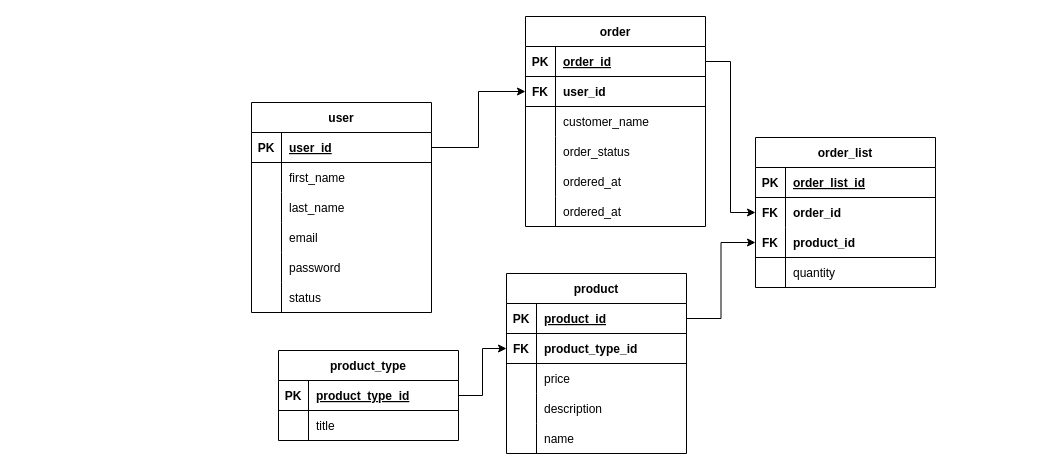
This is diagram.drawio from Markdiocre/pos, a draw.io file, before an edit. Source tidied: cells renumbered, new cells numbered last; positions are measured from the earlier drawing's top-left corner, leaving out a move shared by most shapes. Both pictures are drawn from the tidied source at 100%, with x=0, y=0 at pixel (251, 16).
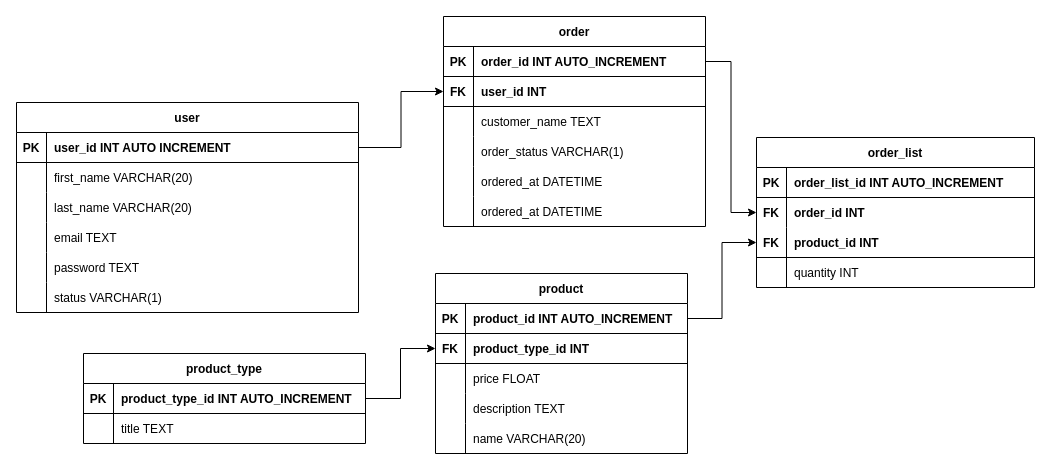
The same diagram, later.

What changed in the source:
```diff
@@
     <mxCell id="2" value="user" style="shape=table;startSize=30;childLayout=tableLayout;rowLines=0;fontStyle=1;align=center;" parent="1" vertex="1">
-      <mxGeometry y="86" width="180" height="210" as="geometry" />
+      <mxGeometry x="-235" y="86" width="342" height="210" as="geometry" />
     </mxCell>
     <mxCell id="3" style="shape=tableRow;horizontal=0;startSize=0;swimlaneHead=0;swimlaneBody=0;fillColor=none;points=[[0,0.5],[1,0.5]];portConstraint=eastwest;top=0;left=0;right=0;bottom=1;" parent="2" vertex="1">
-      <mxGeometry y="30" width="180" height="30" as="geometry" />
+      <mxGeometry y="30" width="342" height="30" as="geometry" />
     </mxCell>
@@
-    <mxCell id="5" value="user_id" style="shape=partialRectangle;fillColor=none;top=0;left=0;bottom=0;right=0;align=left;spacingLeft=6;fontStyle=5;overflow=hidden;" parent="3" vertex="1">
-      <mxGeometry x="30" width="150" height="30" as="geometry" />
+    <mxCell id="5" value="user_id INT AUTO INCREMENT " style="shape=partialRectangle;fillColor=none;top=0;left=0;bottom=0;right=0;align=left;spacingLeft=6;fontStyle=1;overflow=hidden;" parent="3" vertex="1">
+      <mxGeometry x="30" width="312" height="30" as="geometry" />
     </mxCell>
     <mxCell id="6" style="shape=tableRow;horizontal=0;startSize=0;swimlaneHead=0;swimlaneBody=0;fillColor=none;top=0;left=0;right=0;bottom=0;" parent="2" vertex="1">
-      <mxGeometry y="60" width="180" height="30" as="geometry" />
+      <mxGeometry y="60" width="342" height="30" as="geometry" />
     </mxCell>
@@
-    <mxCell id="8" value="first_name" style="shape=partialRectangle;fillColor=none;top=0;left=0;bottom=0;right=0;align=left;spacingLeft=6;overflow=hidden;" parent="6" vertex="1">
-      <mxGeometry x="30" width="150" height="30" as="geometry" />
+    <mxCell id="8" value="first_name VARCHAR(20)" style="shape=partialRectangle;fillColor=none;top=0;left=0;bottom=0;right=0;align=left;spacingLeft=6;overflow=hidden;" parent="6" vertex="1">
+      <mxGeometry x="30" width="312" height="30" as="geometry" />
     </mxCell>
     <mxCell id="9" style="shape=tableRow;horizontal=0;startSize=0;swimlaneHead=0;swimlaneBody=0;fillColor=none;top=0;left=0;right=0;bottom=0;" parent="2" vertex="1">
-      <mxGeometry y="90" width="180" height="30" as="geometry" />
+      <mxGeometry y="90" width="342" height="30" as="geometry" />
     </mxCell>
@@
-    <mxCell id="11" value="last_name" style="shape=partialRectangle;fillColor=none;top=0;left=0;bottom=0;right=0;align=left;spacingLeft=6;overflow=hidden;" parent="9" vertex="1">
-      <mxGeometry x="30" width="150" height="30" as="geometry" />
+    <mxCell id="11" value="last_name VARCHAR(20)" style="shape=partialRectangle;fillColor=none;top=0;left=0;bottom=0;right=0;align=left;spacingLeft=6;overflow=hidden;" parent="9" vertex="1">
+      <mxGeometry x="30" width="312" height="30" as="geometry" />
     </mxCell>
     <mxCell id="12" style="shape=tableRow;horizontal=0;startSize=0;swimlaneHead=0;swimlaneBody=0;fillColor=none;top=0;left=0;right=0;bottom=0;" parent="2" vertex="1">
-      <mxGeometry y="120" width="180" height="30" as="geometry" />
+      <mxGeometry y="120" width="342" height="30" as="geometry" />
     </mxCell>
@@
-    <mxCell id="14" value="email" style="shape=partialRectangle;fillColor=none;top=0;left=0;bottom=0;right=0;align=left;spacingLeft=6;overflow=hidden;" parent="12" vertex="1">
-      <mxGeometry x="30" width="150" height="30" as="geometry" />
+    <mxCell id="14" value="email TEXT" style="shape=partialRectangle;fillColor=none;top=0;left=0;bottom=0;right=0;align=left;spacingLeft=6;overflow=hidden;" parent="12" vertex="1">
+      <mxGeometry x="30" width="312" height="30" as="geometry" />
     </mxCell>
     <mxCell id="15" style="shape=tableRow;horizontal=0;startSize=0;swimlaneHead=0;swimlaneBody=0;fillColor=none;top=0;left=0;right=0;bottom=0;" parent="2" vertex="1">
-      <mxGeometry y="150" width="180" height="30" as="geometry" />
+      <mxGeometry y="150" width="342" height="30" as="geometry" />
     </mxCell>
@@
-    <mxCell id="17" value="password" style="shape=partialRectangle;fillColor=none;top=0;left=0;bottom=0;right=0;align=left;spacingLeft=6;overflow=hidden;" parent="15" vertex="1">
-      <mxGeometry x="30" width="150" height="30" as="geometry" />
+    <mxCell id="17" value="password TEXT" style="shape=partialRectangle;fillColor=none;top=0;left=0;bottom=0;right=0;align=left;spacingLeft=6;overflow=hidden;" parent="15" vertex="1">
+      <mxGeometry x="30" width="312" height="30" as="geometry" />
     </mxCell>
     <mxCell id="18" style="shape=tableRow;horizontal=0;startSize=0;swimlaneHead=0;swimlaneBody=0;fillColor=none;top=0;left=0;right=0;bottom=0;" parent="2" vertex="1">
-      <mxGeometry y="180" width="180" height="30" as="geometry" />
+      <mxGeometry y="180" width="342" height="30" as="geometry" />
     </mxCell>
@@
-    <mxCell id="20" value="status" style="shape=partialRectangle;fillColor=none;top=0;left=0;bottom=0;right=0;align=left;spacingLeft=6;overflow=hidden;" parent="18" vertex="1">
-      <mxGeometry x="30" width="150" height="30" as="geometry" />
+    <mxCell id="20" value="status VARCHAR(1)" style="shape=partialRectangle;fillColor=none;top=0;left=0;bottom=0;right=0;align=left;spacingLeft=6;overflow=hidden;" parent="18" vertex="1">
+      <mxGeometry x="30" width="312" height="30" as="geometry" />
     </mxCell>
     <mxCell id="21" value="product" style="shape=table;startSize=30;childLayout=tableLayout;rowLines=0;fontStyle=1;align=center;" parent="1" vertex="1">
-      <mxGeometry x="255" y="257" width="180" height="180" as="geometry" />
+      <mxGeometry x="184" y="257" width="252" height="180" as="geometry" />
     </mxCell>
     <mxCell id="22" style="shape=tableRow;horizontal=0;startSize=0;swimlaneHead=0;swimlaneBody=0;fillColor=none;points=[[0,0.5],[1,0.5]];portConstraint=eastwest;top=0;left=0;right=0;bottom=1;" parent="21" vertex="1">
-      <mxGeometry y="30" width="180" height="30" as="geometry" />
+      <mxGeometry y="30" width="252" height="30" as="geometry" />
     </mxCell>
@@
-    <mxCell id="24" value="product_id" style="shape=partialRectangle;fillColor=none;top=0;left=0;bottom=0;right=0;align=left;spacingLeft=6;fontStyle=5;overflow=hidden;" parent="22" vertex="1">
-      <mxGeometry x="30" width="150" height="30" as="geometry" />
+    <mxCell id="24" value="product_id INT AUTO_INCREMENT" style="shape=partialRectangle;fillColor=none;top=0;left=0;bottom=0;right=0;align=left;spacingLeft=6;fontStyle=1;overflow=hidden;" parent="22" vertex="1">
+      <mxGeometry x="30" width="222" height="30" as="geometry" />
     </mxCell>
     <mxCell id="25" style="shape=tableRow;horizontal=0;startSize=0;swimlaneHead=0;swimlaneBody=0;fillColor=none;points=[[0,0.5],[1,0.5]];portConstraint=eastwest;top=0;left=0;right=0;bottom=1;" parent="21" vertex="1">
-      <mxGeometry y="60" width="180" height="30" as="geometry" />
+      <mxGeometry y="60" width="252" height="30" as="geometry" />
     </mxCell>
@@
-    <mxCell id="27" value="product_type_id" style="shape=partialRectangle;fillColor=none;top=0;left=0;bottom=0;right=0;align=left;spacingLeft=6;overflow=hidden;fontStyle=1;" parent="25" vertex="1">
-      <mxGeometry x="30" width="150" height="30" as="geometry" />
+    <mxCell id="27" value="product_type_id INT" style="shape=partialRectangle;fillColor=none;top=0;left=0;bottom=0;right=0;align=left;spacingLeft=6;overflow=hidden;fontStyle=1;" parent="25" vertex="1">
+      <mxGeometry x="30" width="222" height="30" as="geometry" />
     </mxCell>
     <mxCell id="28" style="shape=tableRow;horizontal=0;startSize=0;swimlaneHead=0;swimlaneBody=0;fillColor=none;top=0;left=0;right=0;bottom=0;" parent="21" vertex="1">
-      <mxGeometry y="90" width="180" height="30" as="geometry" />
+      <mxGeometry y="90" width="252" height="30" as="geometry" />
     </mxCell>
@@
-    <mxCell id="30" value="price" style="shape=partialRectangle;fillColor=none;top=0;left=0;bottom=0;right=0;align=left;spacingLeft=6;overflow=hidden;" parent="28" vertex="1">
-      <mxGeometry x="30" width="150" height="30" as="geometry" />
+    <mxCell id="30" value="price FLOAT" style="shape=partialRectangle;fillColor=none;top=0;left=0;bottom=0;right=0;align=left;spacingLeft=6;overflow=hidden;" parent="28" vertex="1">
+      <mxGeometry x="30" width="222" height="30" as="geometry" />
     </mxCell>
     <mxCell id="31" style="shape=tableRow;horizontal=0;startSize=0;swimlaneHead=0;swimlaneBody=0;fillColor=none;top=0;left=0;right=0;bottom=0;" parent="21" vertex="1">
-      <mxGeometry y="120" width="180" height="30" as="geometry" />
+      <mxGeometry y="120" width="252" height="30" as="geometry" />
     </mxCell>
@@
-    <mxCell id="33" value="description" style="shape=partialRectangle;fillColor=none;top=0;left=0;bottom=0;right=0;align=left;spacingLeft=6;overflow=hidden;" parent="31" vertex="1">
-      <mxGeometry x="30" width="150" height="30" as="geometry" />
+    <mxCell id="33" value="description TEXT" style="shape=partialRectangle;fillColor=none;top=0;left=0;bottom=0;right=0;align=left;spacingLeft=6;overflow=hidden;" parent="31" vertex="1">
+      <mxGeometry x="30" width="222" height="30" as="geometry" />
     </mxCell>
     <mxCell id="34" style="shape=tableRow;horizontal=0;startSize=0;swimlaneHead=0;swimlaneBody=0;fillColor=none;top=0;left=0;right=0;bottom=0;" parent="21" vertex="1">
-      <mxGeometry y="150" width="180" height="30" as="geometry" />
+      <mxGeometry y="150" width="252" height="30" as="geometry" />
     </mxCell>
@@
-    <mxCell id="36" value="name" style="shape=partialRectangle;fillColor=none;top=0;left=0;bottom=0;right=0;align=left;spacingLeft=6;overflow=hidden;" parent="34" vertex="1">
-      <mxGeometry x="30" width="150" height="30" as="geometry" />
+    <mxCell id="36" value="name VARCHAR(20)" style="shape=partialRectangle;fillColor=none;top=0;left=0;bottom=0;right=0;align=left;spacingLeft=6;overflow=hidden;" parent="34" vertex="1">
+      <mxGeometry x="30" width="222" height="30" as="geometry" />
     </mxCell>
     <mxCell id="37" value="order" style="shape=table;startSize=30;childLayout=tableLayout;rowLines=0;fontStyle=1;align=center;" parent="1" vertex="1">
-      <mxGeometry x="274" width="180" height="210" as="geometry" />
+      <mxGeometry x="192" width="262" height="210" as="geometry" />
     </mxCell>
     <mxCell id="38" style="shape=tableRow;horizontal=0;startSize=0;swimlaneHead=0;swimlaneBody=0;fillColor=none;points=[[0,0.5],[1,0.5]];portConstraint=eastwest;top=0;left=0;right=0;bottom=1;" parent="37" vertex="1">
-      <mxGeometry y="30" width="180" height="30" as="geometry" />
+      <mxGeometry y="30" width="262" height="30" as="geometry" />
     </mxCell>
@@
-    <mxCell id="40" value="order_id" style="shape=partialRectangle;fillColor=none;top=0;left=0;bottom=0;right=0;align=left;spacingLeft=6;fontStyle=5;overflow=hidden;" parent="38" vertex="1">
-      <mxGeometry x="30" width="150" height="30" as="geometry" />
+    <mxCell id="40" value="order_id INT AUTO_INCREMENT" style="shape=partialRectangle;fillColor=none;top=0;left=0;bottom=0;right=0;align=left;spacingLeft=6;fontStyle=1;overflow=hidden;" parent="38" vertex="1">
+      <mxGeometry x="30" width="232" height="30" as="geometry" />
     </mxCell>
     <mxCell id="41" style="shape=tableRow;horizontal=0;startSize=0;swimlaneHead=0;swimlaneBody=0;fillColor=none;points=[[0,0.5],[1,0.5]];portConstraint=eastwest;top=0;left=0;right=0;bottom=1;" parent="37" vertex="1">
-      <mxGeometry y="60" width="180" height="30" as="geometry" />
+      <mxGeometry y="60" width="262" height="30" as="geometry" />
     </mxCell>
@@
-    <mxCell id="43" value="user_id" style="shape=partialRectangle;fillColor=none;top=0;left=0;bottom=0;right=0;align=left;spacingLeft=6;overflow=hidden;fontStyle=1;" parent="41" vertex="1">
-      <mxGeometry x="30" width="150" height="30" as="geometry" />
+    <mxCell id="43" value="user_id INT" style="shape=partialRectangle;fillColor=none;top=0;left=0;bottom=0;right=0;align=left;spacingLeft=6;overflow=hidden;fontStyle=1;" parent="41" vertex="1">
+      <mxGeometry x="30" width="232" height="30" as="geometry" />
     </mxCell>
     <mxCell id="44" style="shape=tableRow;horizontal=0;startSize=0;swimlaneHead=0;swimlaneBody=0;fillColor=none;top=0;left=0;right=0;bottom=0;" parent="37" vertex="1">
-      <mxGeometry y="90" width="180" height="30" as="geometry" />
+      <mxGeometry y="90" width="262" height="30" as="geometry" />
     </mxCell>
@@
-    <mxCell id="46" value="customer_name" style="shape=partialRectangle;fillColor=none;top=0;left=0;bottom=0;right=0;align=left;spacingLeft=6;overflow=hidden;" parent="44" vertex="1">
-      <mxGeometry x="30" width="150" height="30" as="geometry" />
+    <mxCell id="46" value="customer_name TEXT" style="shape=partialRectangle;fillColor=none;top=0;left=0;bottom=0;right=0;align=left;spacingLeft=6;overflow=hidden;" parent="44" vertex="1">
+      <mxGeometry x="30" width="232" height="30" as="geometry" />
     </mxCell>
     <mxCell id="47" style="shape=tableRow;horizontal=0;startSize=0;swimlaneHead=0;swimlaneBody=0;fillColor=none;top=0;left=0;right=0;bottom=0;" parent="37" vertex="1">
-      <mxGeometry y="120" width="180" height="30" as="geometry" />
+      <mxGeometry y="120" width="262" height="30" as="geometry" />
     </mxCell>
@@
-    <mxCell id="49" value="order_status" style="shape=partialRectangle;fillColor=none;top=0;left=0;bottom=0;right=0;align=left;spacingLeft=6;overflow=hidden;" parent="47" vertex="1">
-      <mxGeometry x="30" width="150" height="30" as="geometry" />
+    <mxCell id="49" value="order_status VARCHAR(1)" style="shape=partialRectangle;fillColor=none;top=0;left=0;bottom=0;right=0;align=left;spacingLeft=6;overflow=hidden;" parent="47" vertex="1">
+      <mxGeometry x="30" width="232" height="30" as="geometry" />
     </mxCell>
     <mxCell id="50" style="shape=tableRow;horizontal=0;startSize=0;swimlaneHead=0;swimlaneBody=0;fillColor=none;top=0;left=0;right=0;bottom=0;" parent="37" vertex="1">
-      <mxGeometry y="150" width="180" height="30" as="geometry" />
+      <mxGeometry y="150" width="262" height="30" as="geometry" />
     </mxCell>
@@
-    <mxCell id="52" value="ordered_at" style="shape=partialRectangle;fillColor=none;top=0;left=0;bottom=0;right=0;align=left;spacingLeft=6;overflow=hidden;" parent="50" vertex="1">
-      <mxGeometry x="30" width="150" height="30" as="geometry" />
+    <mxCell id="52" value="ordered_at DATETIME" style="shape=partialRectangle;fillColor=none;top=0;left=0;bottom=0;right=0;align=left;spacingLeft=6;overflow=hidden;" parent="50" vertex="1">
+      <mxGeometry x="30" width="232" height="30" as="geometry" />
     </mxCell>
     <mxCell id="53" style="shape=tableRow;horizontal=0;startSize=0;swimlaneHead=0;swimlaneBody=0;fillColor=none;top=0;left=0;right=0;bottom=0;" parent="37" vertex="1">
-      <mxGeometry y="180" width="180" height="30" as="geometry" />
+      <mxGeometry y="180" width="262" height="30" as="geometry" />
     </mxCell>
@@
-    <mxCell id="55" value="ordered_at" style="shape=partialRectangle;fillColor=none;top=0;left=0;bottom=0;right=0;align=left;spacingLeft=6;overflow=hidden;" parent="53" vertex="1">
-      <mxGeometry x="30" width="150" height="30" as="geometry" />
+    <mxCell id="55" value="ordered_at DATETIME" style="shape=partialRectangle;fillColor=none;top=0;left=0;bottom=0;right=0;align=left;spacingLeft=6;overflow=hidden;" parent="53" vertex="1">
+      <mxGeometry x="30" width="232" height="30" as="geometry" />
     </mxCell>
     <mxCell id="56" value="order_list" style="shape=table;startSize=30;childLayout=tableLayout;rowLines=0;fontStyle=1;align=center;" parent="1" vertex="1">
-      <mxGeometry x="504" y="121" width="180" height="150" as="geometry" />
+      <mxGeometry x="505" y="121" width="278" height="150" as="geometry" />
     </mxCell>
     <mxCell id="57" style="shape=tableRow;horizontal=0;startSize=0;swimlaneHead=0;swimlaneBody=0;fillColor=none;top=0;left=0;right=0;bottom=1;" parent="56" vertex="1">
-      <mxGeometry y="30" width="180" height="30" as="geometry" />
+      <mxGeometry y="30" width="278" height="30" as="geometry" />
     </mxCell>
@@
-    <mxCell id="59" value="order_list_id" style="shape=partialRectangle;fillColor=none;top=0;left=0;bottom=0;right=0;align=left;spacingLeft=6;fontStyle=5;overflow=hidden;" parent="57" vertex="1">
-      <mxGeometry x="30" width="150" height="30" as="geometry" />
+    <mxCell id="59" value="order_list_id INT AUTO_INCREMENT" style="shape=partialRectangle;fillColor=none;top=0;left=0;bottom=0;right=0;align=left;spacingLeft=6;fontStyle=1;overflow=hidden;" parent="57" vertex="1">
+      <mxGeometry x="30" width="248" height="30" as="geometry" />
     </mxCell>
     <mxCell id="60" style="shape=tableRow;horizontal=0;startSize=0;swimlaneHead=0;swimlaneBody=0;fillColor=none;points=[[0,0.5],[1,0.5]];portConstraint=eastwest;top=0;left=0;right=0;bottom=0;fontStyle=1;" parent="56" vertex="1">
-      <mxGeometry y="60" width="180" height="30" as="geometry" />
+      <mxGeometry y="60" width="278" height="30" as="geometry" />
     </mxCell>
@@
-    <mxCell id="62" value="order_id" style="shape=partialRectangle;fillColor=none;top=0;left=0;bottom=0;right=0;align=left;spacingLeft=6;overflow=hidden;fontStyle=1;" parent="60" vertex="1">
-      <mxGeometry x="30" width="150" height="30" as="geometry" />
+    <mxCell id="62" value="order_id INT" style="shape=partialRectangle;fillColor=none;top=0;left=0;bottom=0;right=0;align=left;spacingLeft=6;overflow=hidden;fontStyle=1;" parent="60" vertex="1">
+      <mxGeometry x="30" width="248" height="30" as="geometry" />
     </mxCell>
     <mxCell id="63" style="shape=tableRow;horizontal=0;startSize=0;swimlaneHead=0;swimlaneBody=0;fillColor=none;points=[[0,0.5],[1,0.5]];portConstraint=eastwest;top=0;left=0;right=0;bottom=1;fontStyle=1;" parent="56" vertex="1">
-      <mxGeometry y="90" width="180" height="30" as="geometry" />
+      <mxGeometry y="90" width="278" height="30" as="geometry" />
     </mxCell>
@@
-    <mxCell id="65" value="product_id" style="shape=partialRectangle;fillColor=none;top=0;left=0;bottom=0;right=0;align=left;spacingLeft=6;overflow=hidden;fontStyle=1;" parent="63" vertex="1">
-      <mxGeometry x="30" width="150" height="30" as="geometry" />
+    <mxCell id="65" value="product_id INT" style="shape=partialRectangle;fillColor=none;top=0;left=0;bottom=0;right=0;align=left;spacingLeft=6;overflow=hidden;fontStyle=1;" parent="63" vertex="1">
+      <mxGeometry x="30" width="248" height="30" as="geometry" />
     </mxCell>
     <mxCell id="66" style="shape=tableRow;horizontal=0;startSize=0;swimlaneHead=0;swimlaneBody=0;fillColor=none;top=0;left=0;right=0;bottom=0;" parent="56" vertex="1">
-      <mxGeometry y="120" width="180" height="30" as="geometry" />
+      <mxGeometry y="120" width="278" height="30" as="geometry" />
     </mxCell>
@@
-    <mxCell id="68" value="quantity" style="shape=partialRectangle;fillColor=none;top=0;left=0;bottom=0;right=0;align=left;spacingLeft=6;overflow=hidden;" parent="66" vertex="1">
-      <mxGeometry x="30" width="150" height="30" as="geometry" />
+    <mxCell id="68" value="quantity INT" style="shape=partialRectangle;fillColor=none;top=0;left=0;bottom=0;right=0;align=left;spacingLeft=6;overflow=hidden;" parent="66" vertex="1">
+      <mxGeometry x="30" width="248" height="30" as="geometry" />
     </mxCell>
@@
     <mxCell id="72" value="product_type" style="shape=table;startSize=30;childLayout=tableLayout;rowLines=0;fontStyle=1;align=center;" parent="1" vertex="1">
-      <mxGeometry x="27" y="334" width="180" height="90" as="geometry" />
+      <mxGeometry x="-168" y="337" width="282" height="90" as="geometry" />
     </mxCell>
     <mxCell id="73" style="shape=tableRow;horizontal=0;startSize=0;swimlaneHead=0;swimlaneBody=0;fillColor=none;points=[[0,0.5],[1,0.5]];portConstraint=eastwest;top=0;left=0;right=0;bottom=1;" parent="72" vertex="1">
-      <mxGeometry y="30" width="180" height="30" as="geometry" />
+      <mxGeometry y="30" width="282" height="30" as="geometry" />
     </mxCell>
@@
-    <mxCell id="75" value="product_type_id" style="shape=partialRectangle;fillColor=none;top=0;left=0;bottom=0;right=0;align=left;spacingLeft=6;fontStyle=5;overflow=hidden;" parent="73" vertex="1">
-      <mxGeometry x="30" width="150" height="30" as="geometry" />
+    <mxCell id="75" value="product_type_id INT AUTO_INCREMENT" style="shape=partialRectangle;fillColor=none;top=0;left=0;bottom=0;right=0;align=left;spacingLeft=6;fontStyle=1;overflow=hidden;" parent="73" vertex="1">
+      <mxGeometry x="30" width="252" height="30" as="geometry" />
     </mxCell>
     <mxCell id="76" style="shape=tableRow;horizontal=0;startSize=0;swimlaneHead=0;swimlaneBody=0;fillColor=none;top=0;left=0;right=0;bottom=0;" parent="72" vertex="1">
-      <mxGeometry y="60" width="180" height="30" as="geometry" />
+      <mxGeometry y="60" width="282" height="30" as="geometry" />
     </mxCell>
@@
-    <mxCell id="78" value="title" style="shape=partialRectangle;fillColor=none;top=0;left=0;bottom=0;right=0;align=left;spacingLeft=6;overflow=hidden;" parent="76" vertex="1">
-      <mxGeometry x="30" width="150" height="30" as="geometry" />
+    <mxCell id="78" value="title TEXT" style="shape=partialRectangle;fillColor=none;top=0;left=0;bottom=0;right=0;align=left;spacingLeft=6;overflow=hidden;" parent="76" vertex="1">
+      <mxGeometry x="30" width="252" height="30" as="geometry" />
     </mxCell>
```
